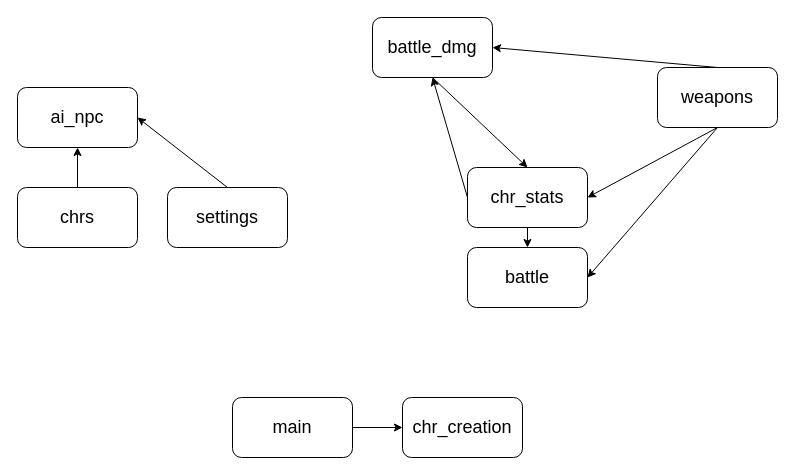
cbarraza815029/ai-txt-advn keeps this draw.io diagram as Py Module Interaction Diagram.drawio. Above is the earlier version. Source tidied: cells renumbered, new cells numbered last; positions are measured from the earlier drawing's top-left corner, leaving out a move shared by most shapes. Both pictures are drawn from the tidied source at 100%, with x=0, y=0 at pixel (17, 17).
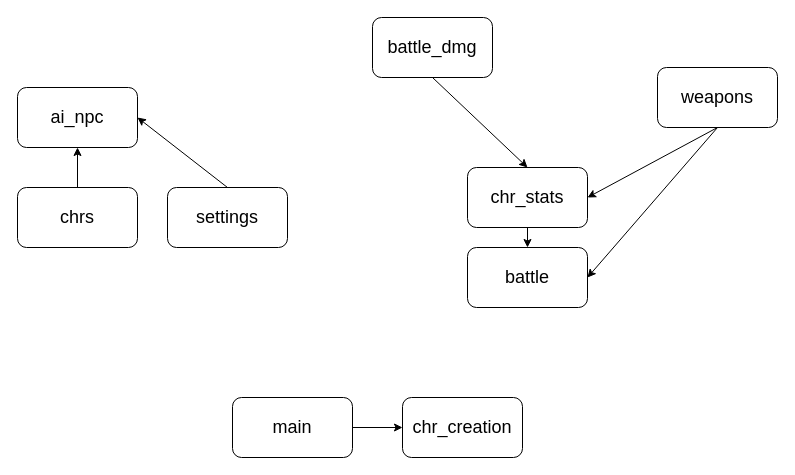
After the change.

Diff of the diagram source:
```diff
@@
 <mxGraphModel>
   <root>
     <mxCell id="0" />
     <mxCell id="1" parent="0" />
     <mxCell id="2" value="&lt;font style=&quot;font-size: 18px;&quot;&gt;ai_npc&lt;/font&gt;" style="rounded=1;whiteSpace=wrap;html=1;" parent="1" vertex="1">
       <mxGeometry y="70" width="120" height="60" as="geometry" />
     </mxCell>
     <mxCell id="3" value="&lt;font style=&quot;font-size: 18px;&quot;&gt;battle&lt;/font&gt;" style="rounded=1;whiteSpace=wrap;html=1;" parent="1" vertex="1">
       <mxGeometry x="450" y="230" width="120" height="60" as="geometry" />
     </mxCell>
     <mxCell id="4" value="&lt;font style=&quot;font-size: 18px;&quot;&gt;chrs&lt;/font&gt;" style="rounded=1;whiteSpace=wrap;html=1;" parent="1" vertex="1">
       <mxGeometry y="170" width="120" height="60" as="geometry" />
     </mxCell>
     <mxCell id="5" value="&lt;font style=&quot;font-size: 18px;&quot;&gt;battle_dmg&lt;/font&gt;" style="rounded=1;whiteSpace=wrap;html=1;" parent="1" vertex="1">
       <mxGeometry x="355" width="120" height="60" as="geometry" />
     </mxCell>
     <mxCell id="6" value="&lt;font style=&quot;font-size: 18px;&quot;&gt;weapons&lt;/font&gt;" style="rounded=1;whiteSpace=wrap;html=1;" parent="1" vertex="1">
       <mxGeometry x="640" y="50" width="120" height="60" as="geometry" />
     </mxCell>
     <mxCell id="7" value="&lt;font style=&quot;font-size: 18px;&quot;&gt;chr_stats&lt;/font&gt;" style="rounded=1;whiteSpace=wrap;html=1;" parent="1" vertex="1">
       <mxGeometry x="450" y="150" width="120" height="60" as="geometry" />
     </mxCell>
     <mxCell id="8" value="&lt;font style=&quot;font-size: 18px;&quot;&gt;settings&lt;/font&gt;" style="rounded=1;whiteSpace=wrap;html=1;" parent="1" vertex="1">
       <mxGeometry x="150" y="170" width="120" height="60" as="geometry" />
     </mxCell>
     <mxCell id="9" style="endArrow=classic;html=1;rounded=0;entryX=0.5;entryY=1;entryDx=0;entryDy=0;" parent="1" edge="1" source="4" target="2">
       <mxGeometry relative="1" as="geometry" />
     </mxCell>
     <mxCell id="10" style="endArrow=classic;html=1;rounded=0;exitX=0.5;exitY=1;exitDx=0;exitDy=0;entryX=0.5;entryY=0;entryDx=0;entryDy=0;" parent="1" edge="1" source="5" target="7">
       <mxGeometry relative="1" as="geometry" />
     </mxCell>
     <mxCell id="11" style="endArrow=classic;html=1;rounded=0;exitX=0.5;exitY=1;exitDx=0;exitDy=0;" parent="1" edge="1" source="7" target="3">
       <mxGeometry relative="1" as="geometry" />
     </mxCell>
     <mxCell id="12" style="endArrow=classic;html=1;rounded=0;exitX=0.5;exitY=1;exitDx=0;exitDy=0;entryX=1;entryY=0.5;entryDx=0;entryDy=0;" parent="1" edge="1" source="6" target="7">
       <mxGeometry relative="1" as="geometry" />
     </mxCell>
-    <mxCell id="13" style="endArrow=classic;html=1;rounded=0;exitX=0.5;exitY=0;exitDx=0;exitDy=0;entryX=1;entryY=0.5;entryDx=0;entryDy=0;" parent="1" edge="1" source="6" target="5">
-      <mxGeometry relative="1" as="geometry" />
-    </mxCell>
     <mxCell id="14" style="endArrow=classic;html=1;rounded=0;entryX=1;entryY=0.5;entryDx=0;entryDy=0;exitX=0.5;exitY=1;exitDx=0;exitDy=0;" parent="1" edge="1" source="6" target="3">
       <mxGeometry relative="1" as="geometry" />
     </mxCell>
-    <mxCell id="15" style="endArrow=classic;html=1;rounded=0;exitX=0;exitY=0.5;exitDx=0;exitDy=0;entryX=0.5;entryY=1;entryDx=0;entryDy=0;" parent="1" edge="1" source="7" target="5">
-      <mxGeometry relative="1" as="geometry" />
-    </mxCell>
     <mxCell id="16" style="endArrow=classic;html=1;rounded=0;exitX=0.5;exitY=0;exitDx=0;exitDy=0;entryX=1;entryY=0.5;entryDx=0;entryDy=0;" parent="1" edge="1" source="8" target="2">
       <mxGeometry relative="1" as="geometry" />
     </mxCell>
     <mxCell id="17" value="&lt;font style=&quot;font-size: 18px;&quot;&gt;main&lt;/font&gt;" style="rounded=1;whiteSpace=wrap;html=1;" parent="1" vertex="1">
       <mxGeometry x="215" y="380" width="120" height="60" as="geometry" />
     </mxCell>
     <mxCell id="18" value="&lt;font style=&quot;font-size: 18px;&quot;&gt;chr_creation&lt;/font&gt;" style="rounded=1;whiteSpace=wrap;html=1;" parent="1" vertex="1">
       <mxGeometry x="385" y="380" width="120" height="60" as="geometry" />
     </mxCell>
     <mxCell id="19" style="endArrow=classic;html=1;rounded=0;exitX=1;exitY=0.5;exitDx=0;exitDy=0;entryX=0;entryY=0.5;entryDx=0;entryDy=0;" parent="1" edge="1" source="17" target="18">
       <mxGeometry relative="1" as="geometry" />
     </mxCell>
   </root>
 </mxGraphModel>
```
